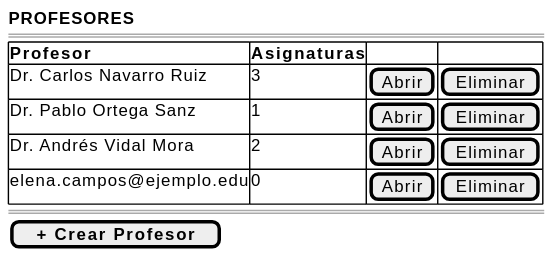
Earlier version of the PlantUML export images/RUP/01-requisitos/03-detalle-casos-uso/abrirProfesores/wireframe.svg (mmasias/pyCeldaPublico).
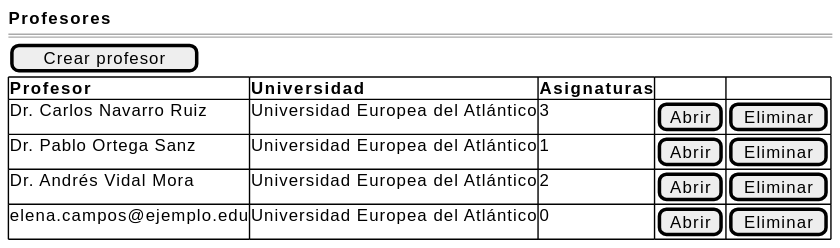
After the commit.

The edit, as a diff of the source:
```diff
@@ -1,15 +1,14 @@
 @startsalt abrirProfesores-wireframe
 {
-    <b>PROFESORES</b>
+    <b>Profesores</b>
     ====
+    [ Crear profesor ]
     {#
-        <b>Profesor | <b>Asignaturas | . | .
-        Dr. Carlos Navarro Ruiz | 3 | [Abrir] | [Eliminar]
-        Dr. Pablo Ortega Sanz | 1 | [Abrir] | [Eliminar]
-        Dr. Andrés Vidal Mora | 2 | [Abrir] | [Eliminar]
-        elena.campos@ejemplo.edu | 0 | [Abrir] | [Eliminar]
+        <b>Profesor</b> | <b>Universidad</b> | <b>Asignaturas</b> | . | .
+        Dr. Carlos Navarro Ruiz | Universidad Europea del Atlántico | 3 | [Abrir] | [Eliminar]
+        Dr. Pablo Ortega Sanz | Universidad Europea del Atlántico | 1 | [Abrir] | [Eliminar]
+        Dr. Andrés Vidal Mora | Universidad Europea del Atlántico | 2 | [Abrir] | [Eliminar]
+        elena.campos@ejemplo.edu | Universidad Europea del Atlántico | 0 | [Abrir] | [Eliminar]
     }
-    ====
-    [ <b>+ Crear Profesor</b> ]
 }
 @endsalt
```
